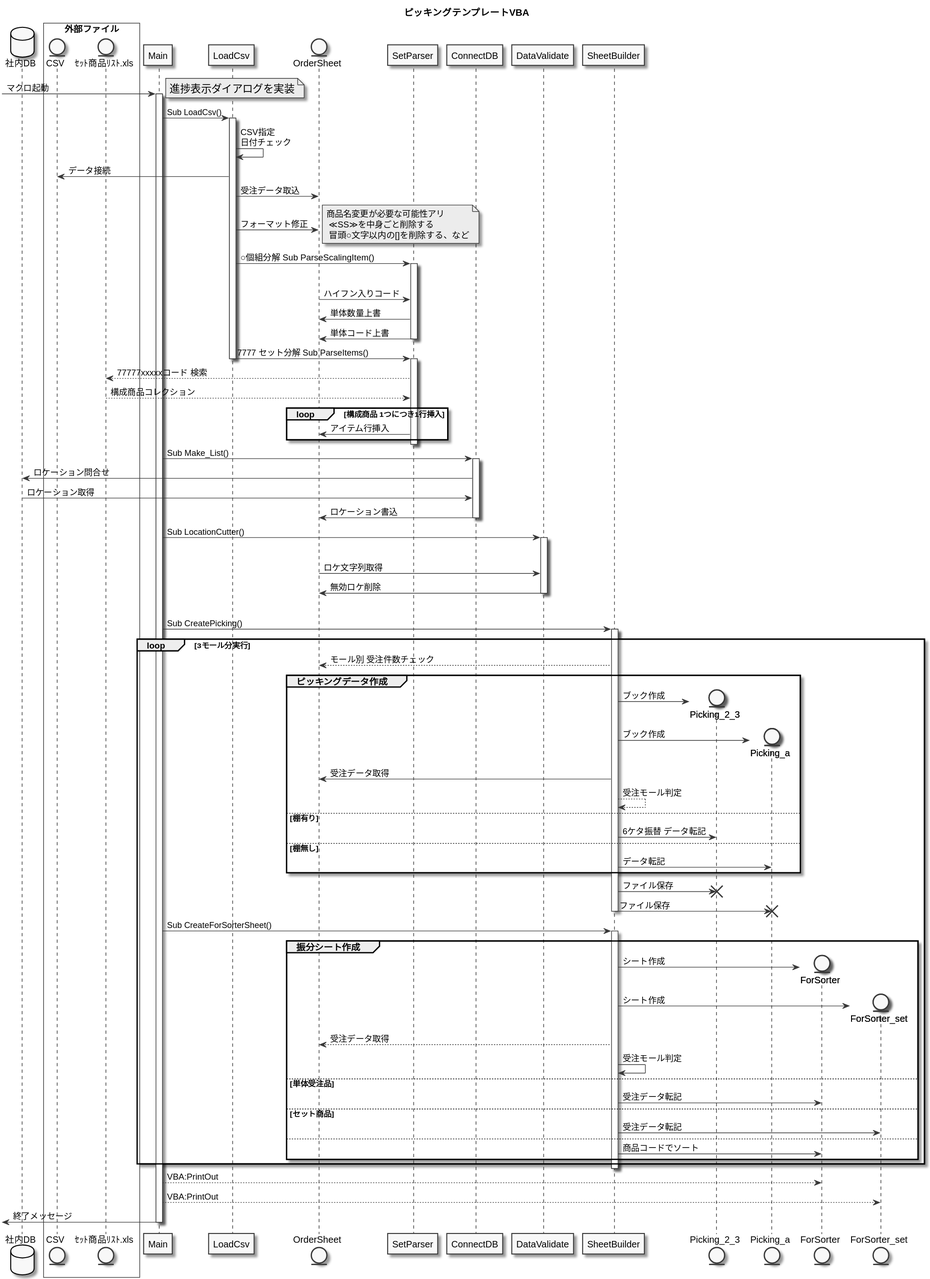
The PlantUML diagram out/picking_create_vba/picking_create_vba.svg in amunenaga/ec-backyard-macro, before a commit. Its source is kept beside it as picking_create_vba.puml.
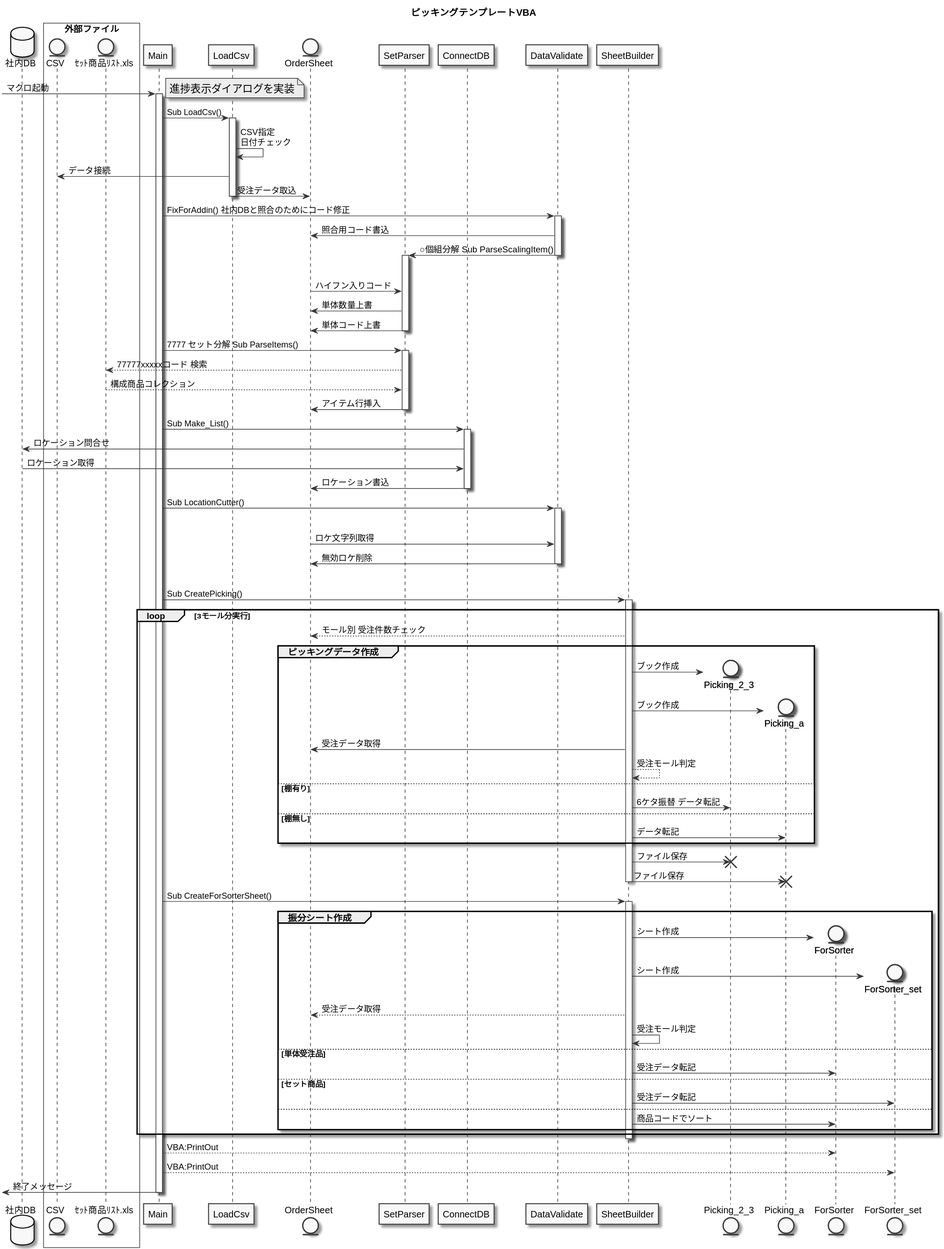
Later version of the same file.

Commit message:
社内DB照合のためのコード修正を順序変更

What changed in the source:
```diff
@@ -31,17 +31,18 @@
 entity OrderSheet
 
 LoadCsv -> OrderSheet : 受注データ取込
-LoadCsv -> OrderSheet : フォーマット修正
+deactivate LoadCsv
+
+Main -> DataValidate : FixForAddin()
+activate DataValidate
+DataValidate -> OrderSheet : フォーマット修正
 
 participant SetParser
 
-note right
-    商品名変更が必要な可能性アリ
-     ≪SS≫を中身ごと削除する
-     冒頭○文字以内の[]を削除する、など
-end note
+DataValidate -> SetParser : ○個組分解 Sub ParseScalingItem()
 
-LoadCsv -> SetParser : ○個組分解 Sub ParseScalingItem()
+deactivate DataValidate
+
 |||
 activate SetParser
 
@@ -50,8 +51,8 @@
 SetParser -> OrderSheet : 単体コード上書
 deactivate SetParser
 
-LoadCsv -> SetParser : 7777 セット分解 Sub ParseItems()
-deactivate LoadCsv
+Main -> SetParser : 7777 セット分解 Sub ParseItems()
+
 activate SetParser
 
 ｾｯﾄ商品ﾘｽﾄ.xls <-- SetParser : 77777xxxxxコード 検索
```
